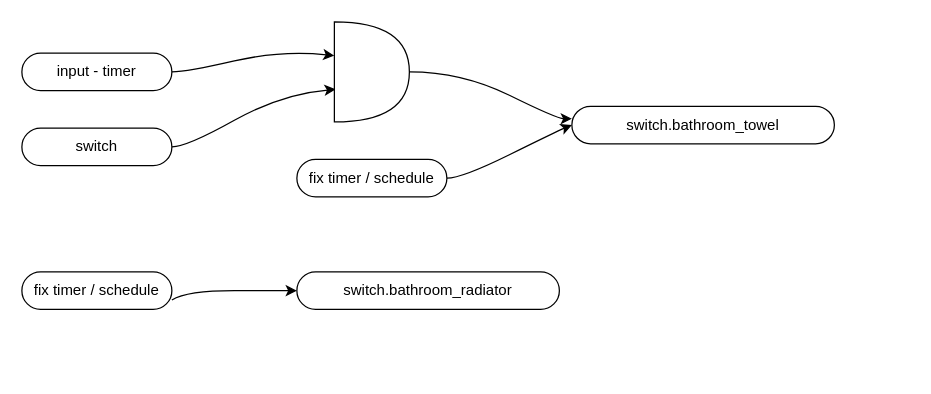
houdaerttim/dns-hass keeps this draw.io diagram as page "swich.bathroom_switches" (3 of 3) of logical_flows/NodeRED_flow.drawio. Above is the earlier version. Source tidied: cells renumbered, new cells numbered last; positions are measured from the earlier drawing's top-left corner, leaving out a move shared by most shapes. Both pictures are drawn from the tidied source at 125%, with x=0, y=0 at pixel (21, 21).
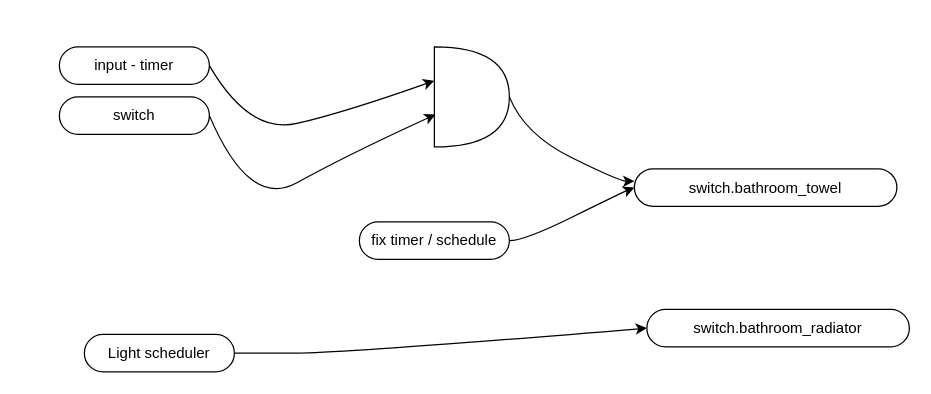
The same page after the edit.

Diff of the diagram source:
```diff
@@
     <mxCell id="2" value="switch.bathroom_towel" style="rounded=1;whiteSpace=wrap;html=1;arcSize=50;" parent="1" vertex="1">
-      <mxGeometry x="440" y="67.5" width="210" height="30" as="geometry" />
+      <mxGeometry x="490" y="117.5" width="210" height="30" as="geometry" />
     </mxCell>
     <mxCell id="3" value="switch.bathroom_radiator&lt;br&gt;" style="rounded=1;whiteSpace=wrap;html=1;arcSize=50;" parent="1" vertex="1">
-      <mxGeometry x="220" y="200" width="210" height="30" as="geometry" />
+      <mxGeometry x="500" y="230" width="210" height="30" as="geometry" />
     </mxCell>
     <mxCell id="4" style="edgeStyle=orthogonalEdgeStyle;curved=1;rounded=0;jettySize=auto;html=1;exitX=1;exitY=0.5;exitDx=0;exitDy=0;entryX=0;entryY=0.338;entryDx=0;entryDy=0;entryPerimeter=0;noEdgeStyle=1;orthogonal=1;" parent="1" edge="1" source="5" target="11">
       <mxGeometry relative="1" as="geometry">
         <Array as="points">
-          <mxPoint x="132" y="40" />
-          <mxPoint x="208" y="22.5" />
+          <mxPoint x="182" y="90" />
+          <mxPoint x="258" y="72.5" />
         </Array>
       </mxGeometry>
     </mxCell>
     <mxCell id="5" value="input - timer" style="rounded=1;whiteSpace=wrap;html=1;arcSize=50;" parent="1" vertex="1">
-      <mxGeometry y="25" width="120" height="30" as="geometry" />
+      <mxGeometry x="30" y="20" width="120" height="30" as="geometry" />
     </mxCell>
     <mxCell id="6" style="edgeStyle=orthogonalEdgeStyle;curved=1;rounded=0;jettySize=auto;html=1;exitX=1;exitY=0.5;exitDx=0;exitDy=0;entryX=0;entryY=0.5;entryDx=0;entryDy=0;noEdgeStyle=1;orthogonal=1;" parent="1" edge="1" source="7" target="2">
       <mxGeometry relative="1" as="geometry">
         <Array as="points">
-          <mxPoint x="352" y="125" />
-          <mxPoint x="428" y="87.5" />
+          <mxPoint x="402" y="175" />
+          <mxPoint x="478" y="137.5" />
         </Array>
       </mxGeometry>
     </mxCell>
     <mxCell id="7" value="fix timer / schedule&lt;br&gt;" style="rounded=1;whiteSpace=wrap;html=1;arcSize=50;" parent="1" vertex="1">
-      <mxGeometry x="220" y="110" width="120" height="30" as="geometry" />
+      <mxGeometry x="270" y="160" width="120" height="30" as="geometry" />
     </mxCell>
     <mxCell id="8" style="edgeStyle=orthogonalEdgeStyle;curved=1;rounded=0;jettySize=auto;html=1;exitX=1;exitY=0.5;exitDx=0;exitDy=0;entryX=0.017;entryY=0.675;entryDx=0;entryDy=0;entryPerimeter=0;noEdgeStyle=1;orthogonal=1;" parent="1" edge="1" source="9" target="11">
       <mxGeometry relative="1" as="geometry">
         <Array as="points">
-          <mxPoint x="132" y="100" />
-          <mxPoint x="208" y="57.5" />
+          <mxPoint x="182" y="150" />
+          <mxPoint x="258" y="107.5" />
         </Array>
       </mxGeometry>
     </mxCell>
     <mxCell id="9" value="switch" style="rounded=1;whiteSpace=wrap;html=1;arcSize=50;" parent="1" vertex="1">
-      <mxGeometry y="85" width="120" height="30" as="geometry" />
+      <mxGeometry x="30" y="60" width="120" height="30" as="geometry" />
     </mxCell>
     <mxCell id="10" style="edgeStyle=orthogonalEdgeStyle;curved=1;rounded=0;jettySize=auto;html=1;exitX=1;exitY=0.5;exitDx=0;exitDy=0;exitPerimeter=0;noEdgeStyle=1;orthogonal=1;" parent="1" edge="1" source="11" target="2">
       <mxGeometry relative="1" as="geometry">
         <Array as="points">
-          <mxPoint x="352" y="40" />
-          <mxPoint x="428" y="77.5" />
+          <mxPoint x="402" y="90" />
+          <mxPoint x="478" y="127.5" />
         </Array>
       </mxGeometry>
     </mxCell>
     <mxCell id="11" style="shape=or;whiteSpace=wrap;html=1;" parent="1" vertex="1">
-      <mxGeometry x="250" width="60" height="80" as="geometry" />
+      <mxGeometry x="330" y="20" width="60" height="80" as="geometry" />
     </mxCell>
-    <mxCell id="12" style="edgeStyle=orthogonalEdgeStyle;curved=1;rounded=0;jettySize=auto;html=1;exitX=1;exitY=0.75;exitDx=0;exitDy=0;entryX=0;entryY=0.5;entryDx=0;entryDy=0;noEdgeStyle=1;orthogonal=1;" parent="1" edge="1" source="13" target="3">
+    <mxCell id="12" style="edgeStyle=orthogonalEdgeStyle;curved=1;rounded=0;jettySize=auto;html=1;exitX=1;exitY=0.5;exitDx=0;exitDy=0;entryX=0;entryY=0.5;entryDx=0;entryDy=0;noEdgeStyle=1;orthogonal=1;" parent="1" edge="1" source="13" target="3">
       <mxGeometry relative="1" as="geometry">
         <Array as="points">
-          <mxPoint x="132" y="215" />
-          <mxPoint x="208" y="215" />
+          <mxPoint x="182" y="265" />
+          <mxPoint x="258" y="265" />
         </Array>
       </mxGeometry>
     </mxCell>
-    <mxCell id="13" value="fix timer / schedule&lt;br&gt;" style="rounded=1;whiteSpace=wrap;html=1;arcSize=50;" parent="1" vertex="1">
-      <mxGeometry y="200" width="120" height="30" as="geometry" />
+    <mxCell id="13" value="Light scheduler" style="rounded=1;whiteSpace=wrap;html=1;arcSize=50;" parent="1" vertex="1">
+      <mxGeometry x="50" y="250" width="120" height="30" as="geometry" />
     </mxCell>
```
